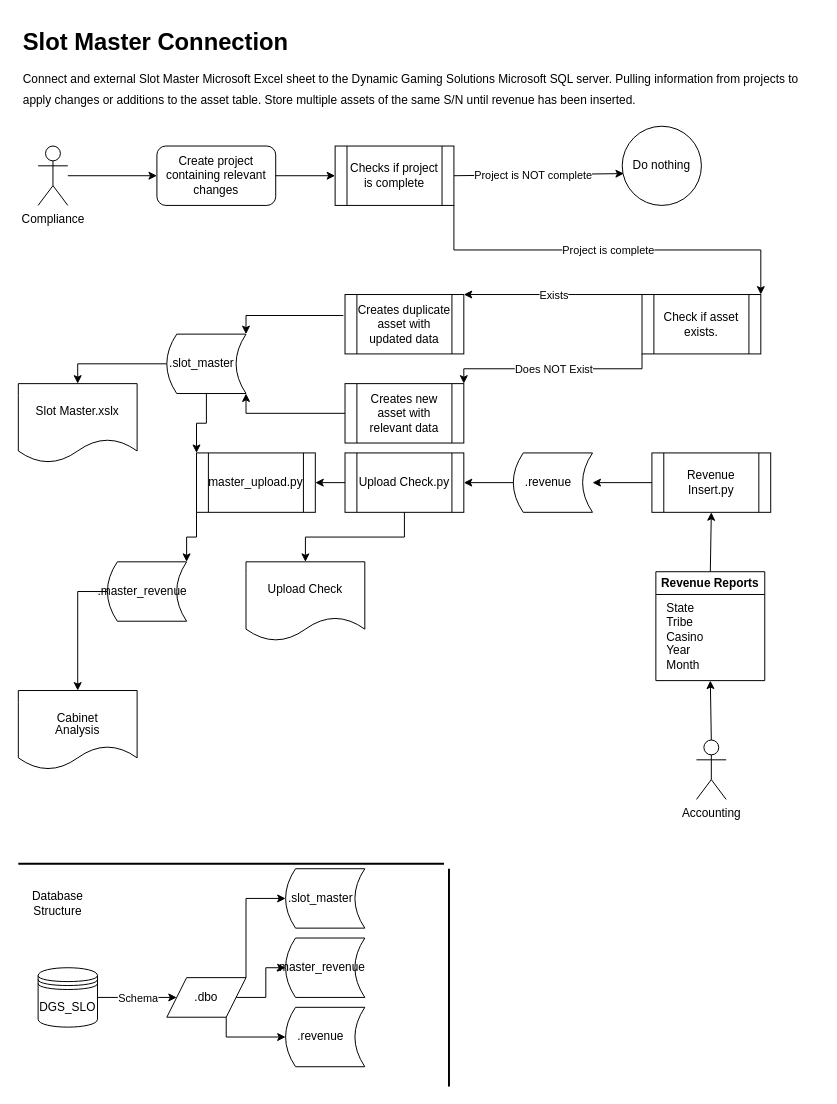
pcollins425/learning keeps this draw.io diagram as Slot_Master.drawio. Above is the earlier version. Source tidied: cells renumbered, new cells numbered last; positions are measured from the earlier drawing's top-left corner, leaving out a move shared by most shapes. Both pictures are drawn from the tidied source at 99%, with x=0, y=0 at pixel (18, 27).
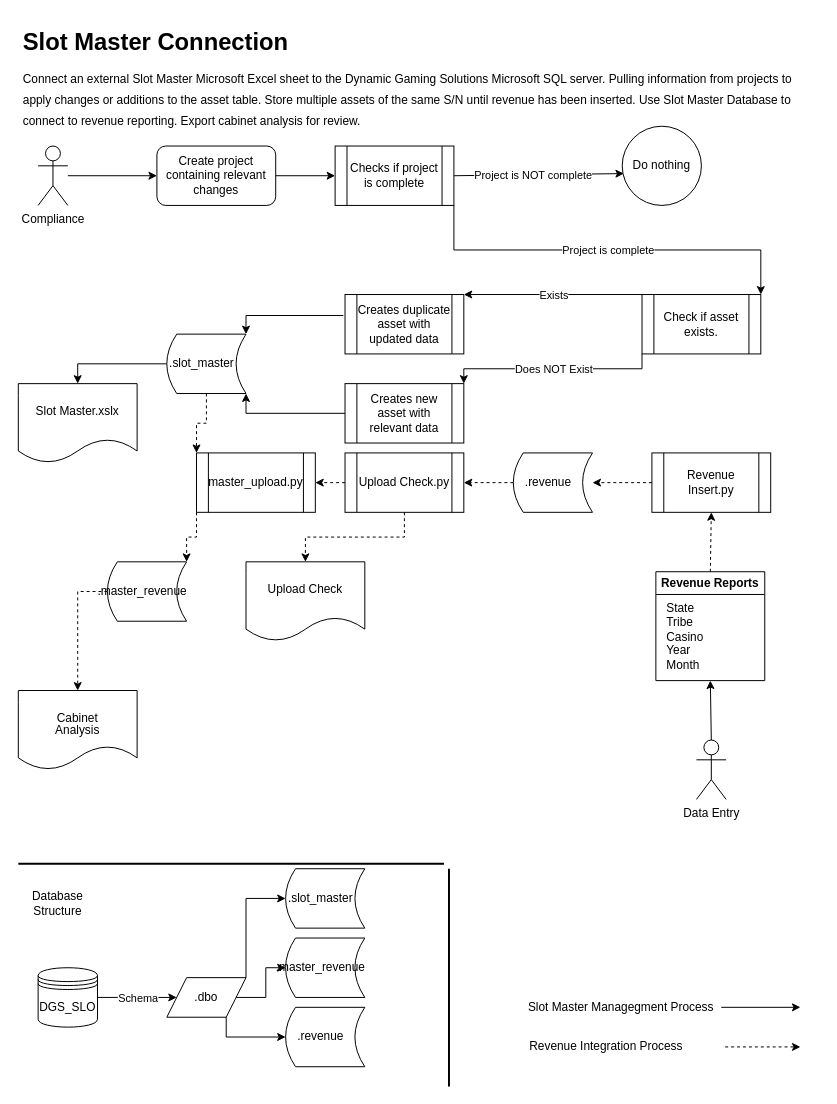
The same page after the edit.

Commit message:
Slot Master Connection v_0.0.2

Unchanged cells that the change refers to:
```xml
<mxCell id="24" value="&lt;p style=&quot;line-height: 100%;&quot;&gt;Cabinet&lt;br&gt;Analysis&lt;br&gt;&lt;/p&gt;" style="shape=document;whiteSpace=wrap;html=1;boundedLbl=1;spacingTop=9;" parent="1" vertex="1">
  <mxGeometry y="670" width="120" height="80" as="geometry" />
</mxCell>
<mxCell id="36" value=".slot_master" style="shape=dataStorage;whiteSpace=wrap;html=1;fixedSize=1;size=10;spacingRight=9;" parent="1" vertex="1">
  <mxGeometry x="150" y="310" width="80" height="60" as="geometry" />
</mxCell>
<mxCell id="37" value=".master_revenue" style="shape=dataStorage;whiteSpace=wrap;html=1;fixedSize=1;size=10;spacingRight=9;" parent="1" vertex="1">
  <mxGeometry x="90" y="540" width="80" height="60" as="geometry" />
</mxCell>
<mxCell id="41" value="master_upload.py" style="shape=process;whiteSpace=wrap;html=1;backgroundOutline=1;" parent="1" vertex="1">
  <mxGeometry x="180" y="430" width="120" height="60" as="geometry" />
</mxCell>
<mxCell id="44" value=".revenue" style="shape=dataStorage;whiteSpace=wrap;html=1;fixedSize=1;size=10;spacingRight=9;" parent="1" vertex="1">
  <mxGeometry x="500" y="430" width="80" height="60" as="geometry" />
</mxCell>
<mxCell id="45" value="Upload Check.py" style="shape=process;whiteSpace=wrap;html=1;backgroundOutline=1;" parent="1" vertex="1">
  <mxGeometry x="330" y="430" width="120" height="60" as="geometry" />
</mxCell>
<mxCell id="47" value="Upload Check" style="shape=document;whiteSpace=wrap;html=1;boundedLbl=1;" parent="1" vertex="1">
  <mxGeometry x="230" y="540" width="120" height="80" as="geometry" />
</mxCell>
<mxCell id="50" value="Revenue Insert.py" style="shape=process;whiteSpace=wrap;html=1;backgroundOutline=1;" parent="1" vertex="1">
  <mxGeometry x="640" y="430" width="120" height="60" as="geometry" />
</mxCell>
<mxCell id="52" value="Revenue Reports" style="swimlane;whiteSpace=wrap;html=1;" parent="1" vertex="1">
  <mxGeometry x="644" y="550" width="110" height="110" as="geometry" />
</mxCell>
```

Diff of the diagram source:
```diff
@@
-    <mxCell id="2" value="&lt;h1 style=&quot;line-height: 80%;&quot;&gt;&lt;span style=&quot;background-color: initial;&quot;&gt;Slot Master Connection&lt;/span&gt;&lt;/h1&gt;&lt;h1 style=&quot;line-height: 70%;&quot;&gt;&lt;span style=&quot;font-weight: 400;&quot;&gt;&lt;font style=&quot;font-size: 12px;&quot;&gt;Connect and external Slot Master Microsoft Excel sheet to the Dynamic Gaming Solutions Microsoft SQL server. Pulling information from projects to apply changes or additions to the asset table. Store multiple assets of the same S/N until revenue has been inserted.&amp;nbsp;&lt;/font&gt;&lt;/span&gt;&lt;/h1&gt;" style="text;html=1;strokeColor=none;fillColor=none;spacing=5;spacingTop=-20;whiteSpace=wrap;overflow=hidden;rounded=0;" parent="1" vertex="1">
+    <mxCell id="2" value="&lt;h1 style=&quot;line-height: 80%;&quot;&gt;&lt;span style=&quot;background-color: initial;&quot;&gt;Slot Master Connection&lt;/span&gt;&lt;/h1&gt;&lt;h1 style=&quot;line-height: 70%;&quot;&gt;&lt;span style=&quot;font-weight: 400;&quot;&gt;&lt;font style=&quot;font-size: 12px;&quot;&gt;Connect an external Slot Master Microsoft Excel sheet to the Dynamic Gaming Solutions Microsoft SQL server. Pulling information from projects to apply changes or additions to the asset table. Store multiple assets of the same S/N until revenue has been inserted. Use Slot Master Database to connect to revenue reporting. Export cabinet analysis for review.&lt;/font&gt;&lt;/span&gt;&lt;/h1&gt;" style="text;html=1;strokeColor=none;fillColor=none;spacing=5;spacingTop=-20;whiteSpace=wrap;overflow=hidden;rounded=0;" parent="1" vertex="1">
       <mxGeometry width="810" height="120" as="geometry" />
     </mxCell>
@@
-    <mxCell id="38" style="endArrow=classic;html=1;strokeWidth=1;exitX=0;exitY=0.5;exitDx=0;exitDy=0;entryX=0.5;entryY=0;entryDx=0;entryDy=0;edgeStyle=orthogonalEdgeStyle;arcSize=0;" parent="1" edge="1" source="37" target="24">
+    <mxCell id="38" style="endArrow=classic;html=1;strokeWidth=1;exitX=0;exitY=0.5;exitDx=0;exitDy=0;entryX=0.5;entryY=0;entryDx=0;entryDy=0;edgeStyle=orthogonalEdgeStyle;arcSize=0;dashed=1;" parent="1" edge="1" source="37" target="24">
       <mxGeometry relative="1" as="geometry" />
     </mxCell>
@@
-    <mxCell id="42" style="endArrow=classic;html=1;strokeWidth=1;exitX=0.5;exitY=1;exitDx=0;exitDy=0;entryX=0;entryY=0;entryDx=0;entryDy=0;edgeStyle=orthogonalEdgeStyle;arcSize=0;" parent="1" edge="1" source="36" target="41">
+    <mxCell id="42" style="endArrow=classic;html=1;strokeWidth=1;exitX=0.5;exitY=1;exitDx=0;exitDy=0;entryX=0;entryY=0;entryDx=0;entryDy=0;edgeStyle=orthogonalEdgeStyle;arcSize=0;dashed=1;" parent="1" edge="1" source="36" target="41">
       <mxGeometry relative="1" as="geometry" />
     </mxCell>
-    <mxCell id="43" style="endArrow=classic;html=1;strokeWidth=1;exitX=0;exitY=1;exitDx=0;exitDy=0;entryX=1;entryY=0;entryDx=0;entryDy=0;arcSize=0;edgeStyle=orthogonalEdgeStyle;" parent="1" edge="1" source="41" target="37">
+    <mxCell id="43" style="endArrow=classic;html=1;strokeWidth=1;exitX=0;exitY=1;exitDx=0;exitDy=0;entryX=1;entryY=0;entryDx=0;entryDy=0;arcSize=0;edgeStyle=orthogonalEdgeStyle;dashed=1;" parent="1" edge="1" source="41" target="37">
       <mxGeometry relative="1" as="geometry" />
     </mxCell>
@@
-    <mxCell id="46" style="endArrow=classic;html=1;strokeWidth=1;exitX=0;exitY=0.5;exitDx=0;exitDy=0;entryX=1;entryY=0.5;entryDx=0;entryDy=0;" parent="1" edge="1" source="45" target="41">
+    <mxCell id="46" style="endArrow=classic;html=1;strokeWidth=1;exitX=0;exitY=0.5;exitDx=0;exitDy=0;entryX=1;entryY=0.5;entryDx=0;entryDy=0;dashed=1;" parent="1" edge="1" source="45" target="41">
       <mxGeometry relative="1" as="geometry" />
     </mxCell>
@@
-    <mxCell id="48" style="endArrow=classic;html=1;strokeWidth=1;exitX=0.5;exitY=1;exitDx=0;exitDy=0;entryX=0.5;entryY=0;entryDx=0;entryDy=0;edgeStyle=orthogonalEdgeStyle;arcSize=0;" parent="1" edge="1" source="45" target="47">
+    <mxCell id="48" style="endArrow=classic;html=1;strokeWidth=1;exitX=0.5;exitY=1;exitDx=0;exitDy=0;entryX=0.5;entryY=0;entryDx=0;entryDy=0;edgeStyle=orthogonalEdgeStyle;arcSize=0;dashed=1;" parent="1" edge="1" source="45" target="47">
       <mxGeometry relative="1" as="geometry" />
     </mxCell>
-    <mxCell id="49" style="endArrow=classic;html=1;strokeWidth=1;exitX=0;exitY=0.5;exitDx=0;exitDy=0;entryX=1;entryY=0.5;entryDx=0;entryDy=0;" parent="1" edge="1" source="44" target="45">
+    <mxCell id="49" style="endArrow=classic;html=1;strokeWidth=1;exitX=0;exitY=0.5;exitDx=0;exitDy=0;entryX=1;entryY=0.5;entryDx=0;entryDy=0;dashed=1;" parent="1" edge="1" source="44" target="45">
       <mxGeometry relative="1" as="geometry" />
     </mxCell>
@@
-    <mxCell id="51" style="endArrow=classic;html=1;strokeWidth=1;exitX=0;exitY=0.5;exitDx=0;exitDy=0;entryX=1;entryY=0.5;entryDx=0;entryDy=0;" parent="1" edge="1" source="50" target="44">
+    <mxCell id="51" style="endArrow=classic;html=1;strokeWidth=1;exitX=0;exitY=0.5;exitDx=0;exitDy=0;entryX=1;entryY=0.5;entryDx=0;entryDy=0;dashed=1;" parent="1" edge="1" source="50" target="44">
       <mxGeometry relative="1" as="geometry" />
     </mxCell>
@@
-    <mxCell id="54" style="endArrow=classic;html=1;strokeWidth=1;entryX=0.5;entryY=1;entryDx=0;entryDy=0;exitX=0.5;exitY=0;exitDx=0;exitDy=0;" parent="1" edge="1" source="52" target="50">
+    <mxCell id="54" style="endArrow=classic;html=1;strokeWidth=1;entryX=0.5;entryY=1;entryDx=0;entryDy=0;exitX=0.5;exitY=0;exitDx=0;exitDy=0;dashed=1;" parent="1" edge="1" source="52" target="50">
       <mxGeometry relative="1" as="geometry" />
     </mxCell>
-    <mxCell id="55" value="Accounting" style="shape=umlActor;verticalLabelPosition=bottom;verticalAlign=top;html=1;outlineConnect=0;" parent="1" vertex="1">
+    <mxCell id="55" value="Data Entry" style="shape=umlActor;verticalLabelPosition=bottom;verticalAlign=top;html=1;outlineConnect=0;" parent="1" vertex="1">
       <mxGeometry x="685" y="720" width="30" height="60" as="geometry" />
     </mxCell>
@@
+    <mxCell id="57" style="endArrow=classic;html=1;" parent="1" edge="1">
+      <mxGeometry relative="1" as="geometry">
+        <mxPoint x="710" y="990" as="sourcePoint" />
+        <mxPoint x="790" y="990" as="targetPoint" />
+      </mxGeometry>
+    </mxCell>
+    <mxCell id="58" style="endArrow=classic;html=1;dashed=1;" parent="1" edge="1" source="60">
+      <mxGeometry relative="1" as="geometry">
+        <mxPoint x="790" y="1030" as="targetPoint" />
+      </mxGeometry>
+    </mxCell>
+    <mxCell id="59" value="Slot Master Managegment Process" style="text;html=1;strokeColor=none;fillColor=none;align=center;verticalAlign=middle;whiteSpace=wrap;rounded=0;" parent="1" vertex="1">
+      <mxGeometry x="509" y="975" width="200" height="30" as="geometry" />
+    </mxCell>
+    <mxCell id="60" value="Revenue Integration Process" style="text;html=1;strokeColor=none;fillColor=none;align=center;verticalAlign=middle;whiteSpace=wrap;rounded=0;" parent="1" vertex="1">
+      <mxGeometry x="474" y="1015" width="240" height="30" as="geometry" />
+    </mxCell>
```
